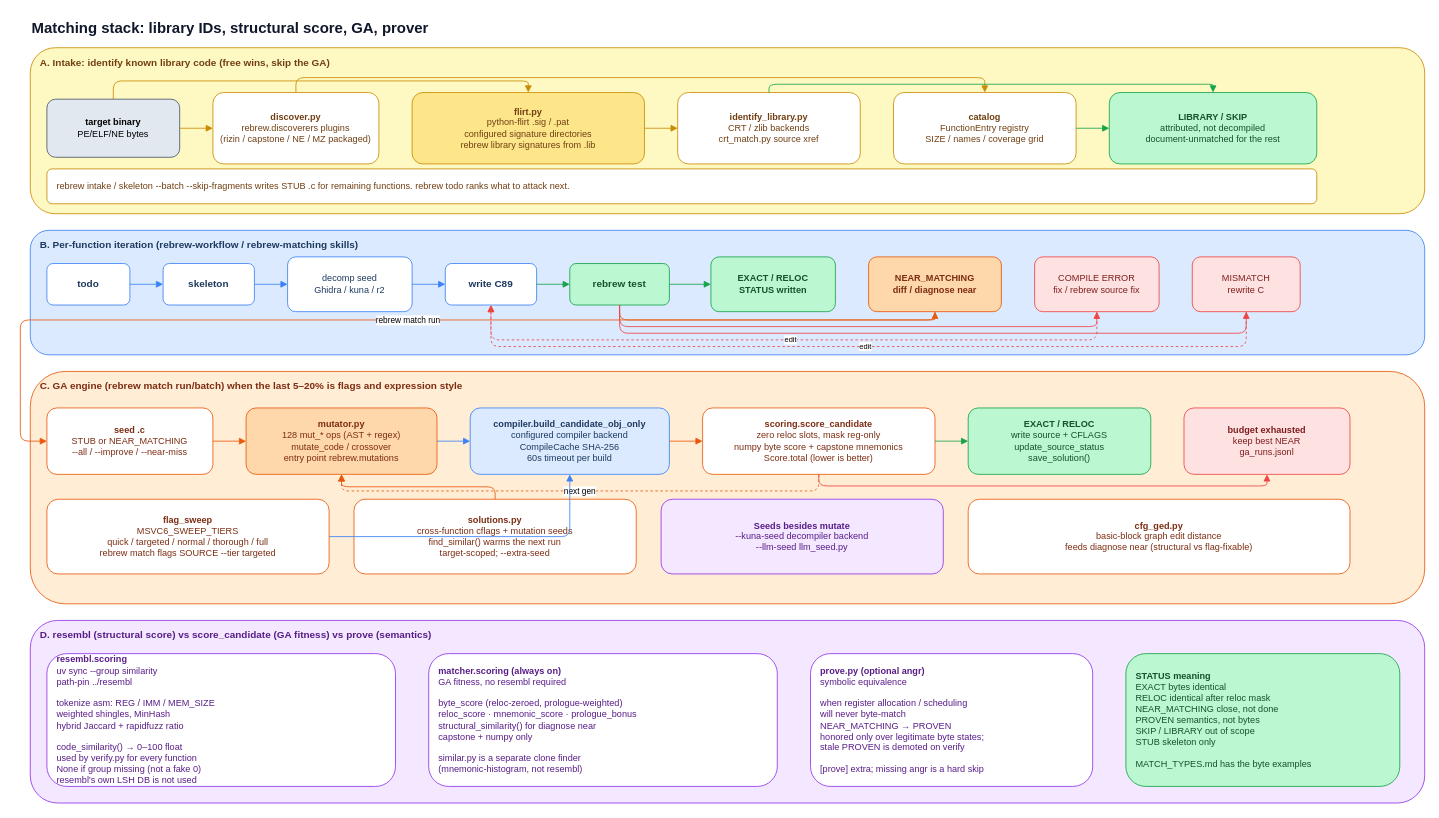
maci0/rebrew keeps this draw.io diagram as page "4. FLIRT, resembl, GA" (4 of 6) of docs/architecture.drawio. Above is the earlier version. Source tidied: cells renumbered, new cells numbered last; positions are measured from the earlier drawing's top-left corner, leaving out a move shared by most shapes. Both pictures are drawn from the tidied source at 83%, with x=0, y=0 at pixel (20, 14).
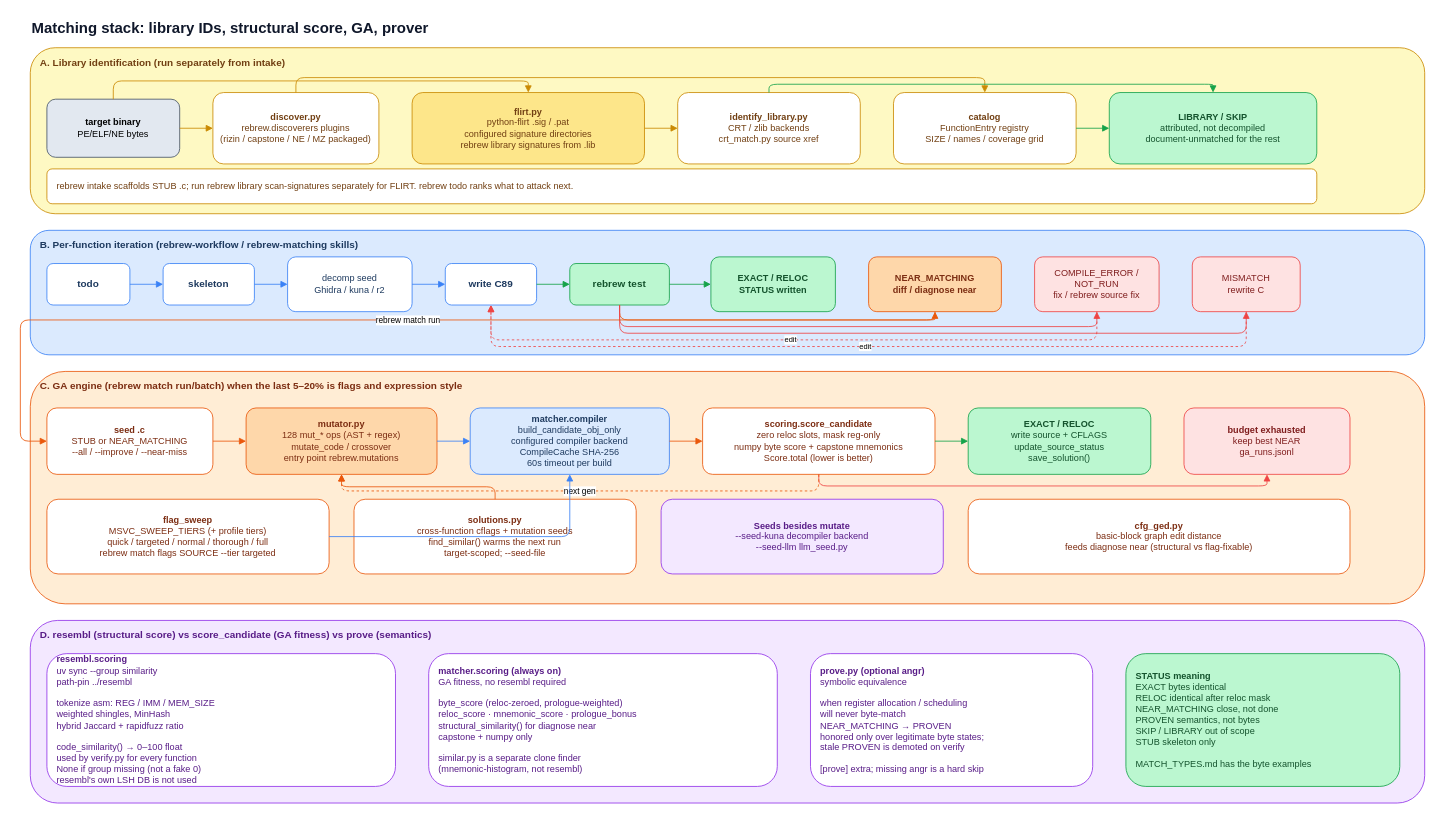
After the change.

Change to the diagram source:
```diff
@@
-    <mxCell id="3" value="A. Intake: identify known library code (free wins, skip the GA)" style="rounded=1;whiteSpace=wrap;html=1;align=left;verticalAlign=top;spacingLeft=10;spacingTop=4;fillColor=#fef9c3;strokeColor=#ca8a04;fontColor=#713f12;fontStyle=1;fontSize=12;" parent="1" vertex="1">
+    <mxCell id="3" value="A. Library identification (run separately from intake)" style="rounded=1;whiteSpace=wrap;html=1;align=left;verticalAlign=top;spacingLeft=10;spacingTop=4;fillColor=#fef9c3;strokeColor=#ca8a04;fontColor=#713f12;fontStyle=1;fontSize=12;" parent="1" vertex="1">
       <mxGeometry x="12" y="40" width="1680" height="200" as="geometry" />
     </mxCell>
@@
-    <mxCell id="10" value="rebrew intake / skeleton --batch --skip-fragments  writes STUB .c for remaining functions. rebrew todo ranks what to attack next." style="rounded=1;whiteSpace=wrap;html=1;fillColor=#ffffff;strokeColor=#ca8a04;fontColor=#713f12;align=left;spacingLeft=10;fontSize=11;" parent="1" vertex="1">
+    <mxCell id="10" value="rebrew intake scaffolds STUB .c; run rebrew library scan-signatures separately for FLIRT. rebrew todo ranks what to attack next." style="rounded=1;whiteSpace=wrap;html=1;fillColor=#ffffff;strokeColor=#ca8a04;fontColor=#713f12;align=left;spacingLeft=10;fontSize=11;" parent="1" vertex="1">
       <mxGeometry x="32" y="186" width="1530" height="42" as="geometry" />
     </mxCell>
@@
-    <mxCell id="25" value="COMPILE ERROR&lt;br&gt;fix / rebrew source fix" style="rounded=1;whiteSpace=wrap;html=1;fillColor=#fee2e2;strokeColor=#ef4444;fontColor=#7f1d1d;align=center;fontSize=11;" parent="1" vertex="1">
+    <mxCell id="25" value="COMPILE_ERROR / NOT_RUN&lt;br&gt;fix / rebrew source fix" style="rounded=1;whiteSpace=wrap;html=1;fillColor=#fee2e2;strokeColor=#ef4444;fontColor=#7f1d1d;align=center;fontSize=11;" parent="1" vertex="1">
       <mxGeometry x="1222" y="292" width="150" height="66" as="geometry" />
     </mxCell>
@@
-    <mxCell id="40" value="&lt;b&gt;compiler.build_candidate_obj_only&lt;/b&gt;&lt;br&gt;configured compiler backend&lt;br&gt;CompileCache SHA-256&lt;br&gt;60s timeout per build" style="rounded=1;whiteSpace=wrap;html=1;fillColor=#dbeafe;strokeColor=#3b82f6;fontColor=#1e3a5f;align=center;fontSize=11;" parent="1" vertex="1">
+    <mxCell id="40" value="&lt;b&gt;matcher.compiler&lt;/b&gt;&lt;br&gt;build_candidate_obj_only&lt;br&gt;configured compiler backend&lt;br&gt;CompileCache SHA-256&lt;br&gt;60s timeout per build" style="rounded=1;whiteSpace=wrap;html=1;fillColor=#dbeafe;strokeColor=#3b82f6;fontColor=#1e3a5f;align=center;fontSize=11;" parent="1" vertex="1">
       <mxGeometry x="542" y="474" width="240" height="80" as="geometry" />
     </mxCell>
@@
-    <mxCell id="44" value="&lt;b&gt;flag_sweep&lt;/b&gt;&lt;br&gt;MSVC6_SWEEP_TIERS&lt;br&gt;quick / targeted / normal / thorough / full&lt;br&gt;rebrew match flags SOURCE --tier targeted" style="rounded=1;whiteSpace=wrap;html=1;fillColor=#ffffff;strokeColor=#ea580c;fontColor=#7c2d12;align=center;fontSize=11;" parent="1" vertex="1">
+    <mxCell id="44" value="&lt;b&gt;flag_sweep&lt;/b&gt;&lt;br&gt;MSVC_SWEEP_TIERS (+ profile tiers)&lt;br&gt;quick / targeted / normal / thorough / full&lt;br&gt;rebrew match flags SOURCE --tier targeted" style="rounded=1;whiteSpace=wrap;html=1;fillColor=#ffffff;strokeColor=#ea580c;fontColor=#7c2d12;align=center;fontSize=11;" parent="1" vertex="1">
       <mxGeometry x="32" y="584" width="340" height="90" as="geometry" />
     </mxCell>
-    <mxCell id="45" value="&lt;b&gt;solutions.py&lt;/b&gt;&lt;br&gt;cross-function cflags + mutation seeds&lt;br&gt;find_similar() warms the next run&lt;br&gt;target-scoped; --extra-seed" style="rounded=1;whiteSpace=wrap;html=1;fillColor=#ffffff;strokeColor=#ea580c;fontColor=#7c2d12;align=center;fontSize=11;" parent="1" vertex="1">
+    <mxCell id="45" value="&lt;b&gt;solutions.py&lt;/b&gt;&lt;br&gt;cross-function cflags + mutation seeds&lt;br&gt;find_similar() warms the next run&lt;br&gt;target-scoped; --seed-file" style="rounded=1;whiteSpace=wrap;html=1;fillColor=#ffffff;strokeColor=#ea580c;fontColor=#7c2d12;align=center;fontSize=11;" parent="1" vertex="1">
       <mxGeometry x="402" y="584" width="340" height="90" as="geometry" />
     </mxCell>
-    <mxCell id="46" value="&lt;b&gt;Seeds besides mutate&lt;/b&gt;&lt;br&gt;--kuna-seed decompiler backend&lt;br&gt;--llm-seed llm_seed.py" style="rounded=1;whiteSpace=wrap;html=1;fillColor=#f3e8ff;strokeColor=#9333ea;fontColor=#581c87;align=center;fontSize=11;" parent="1" vertex="1">
+    <mxCell id="46" value="&lt;b&gt;Seeds besides mutate&lt;/b&gt;&lt;br&gt;--seed-kuna decompiler backend&lt;br&gt;--seed-llm llm_seed.py" style="rounded=1;whiteSpace=wrap;html=1;fillColor=#f3e8ff;strokeColor=#9333ea;fontColor=#581c87;align=center;fontSize=11;" parent="1" vertex="1">
       <mxGeometry x="772" y="584" width="340" height="90" as="geometry" />
     </mxCell>
```
